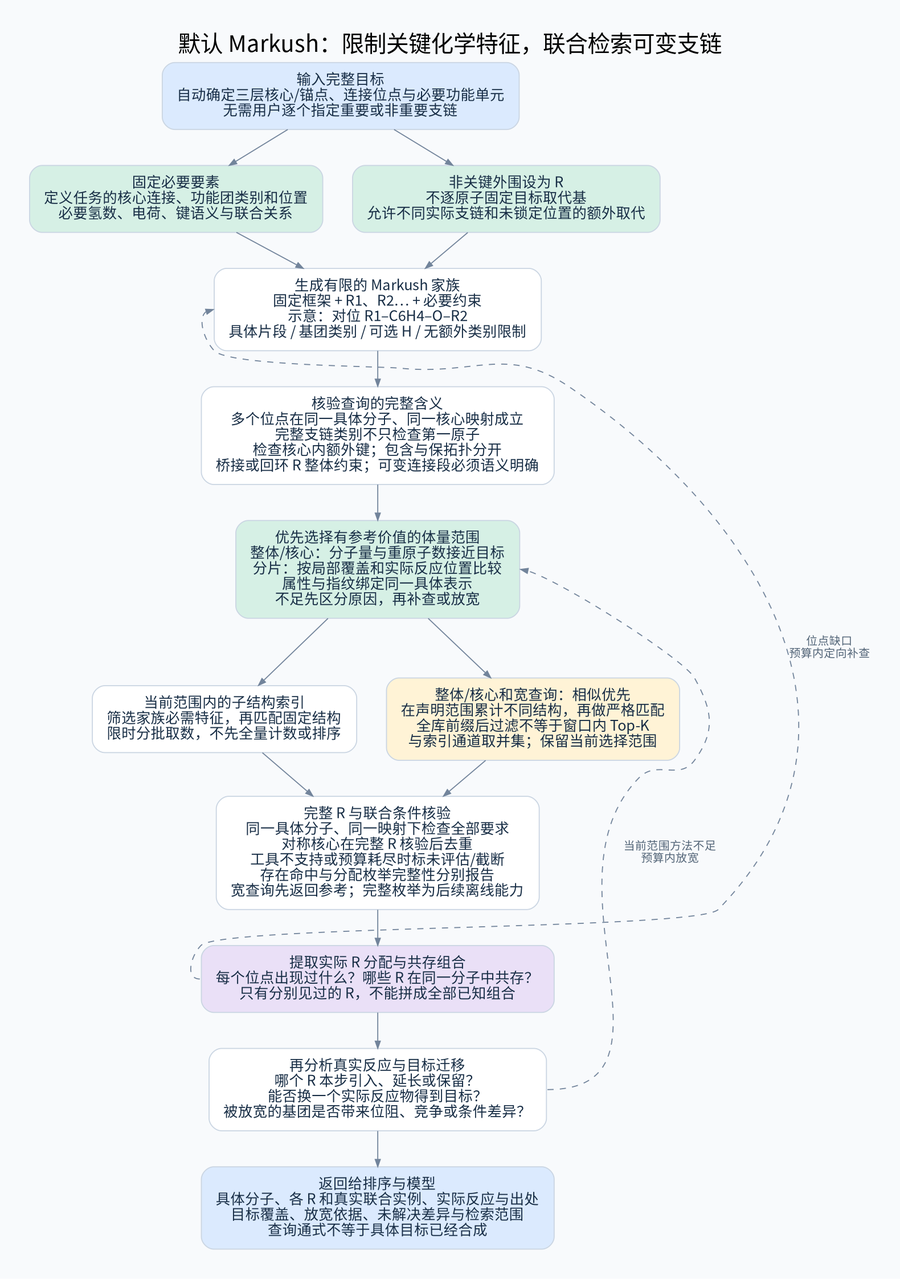
Above: diagrams/markush-query.png in 825728139/substructure_search (Graphviz), before the change. Its source is kept beside it as diagrams/markush-query.dot.
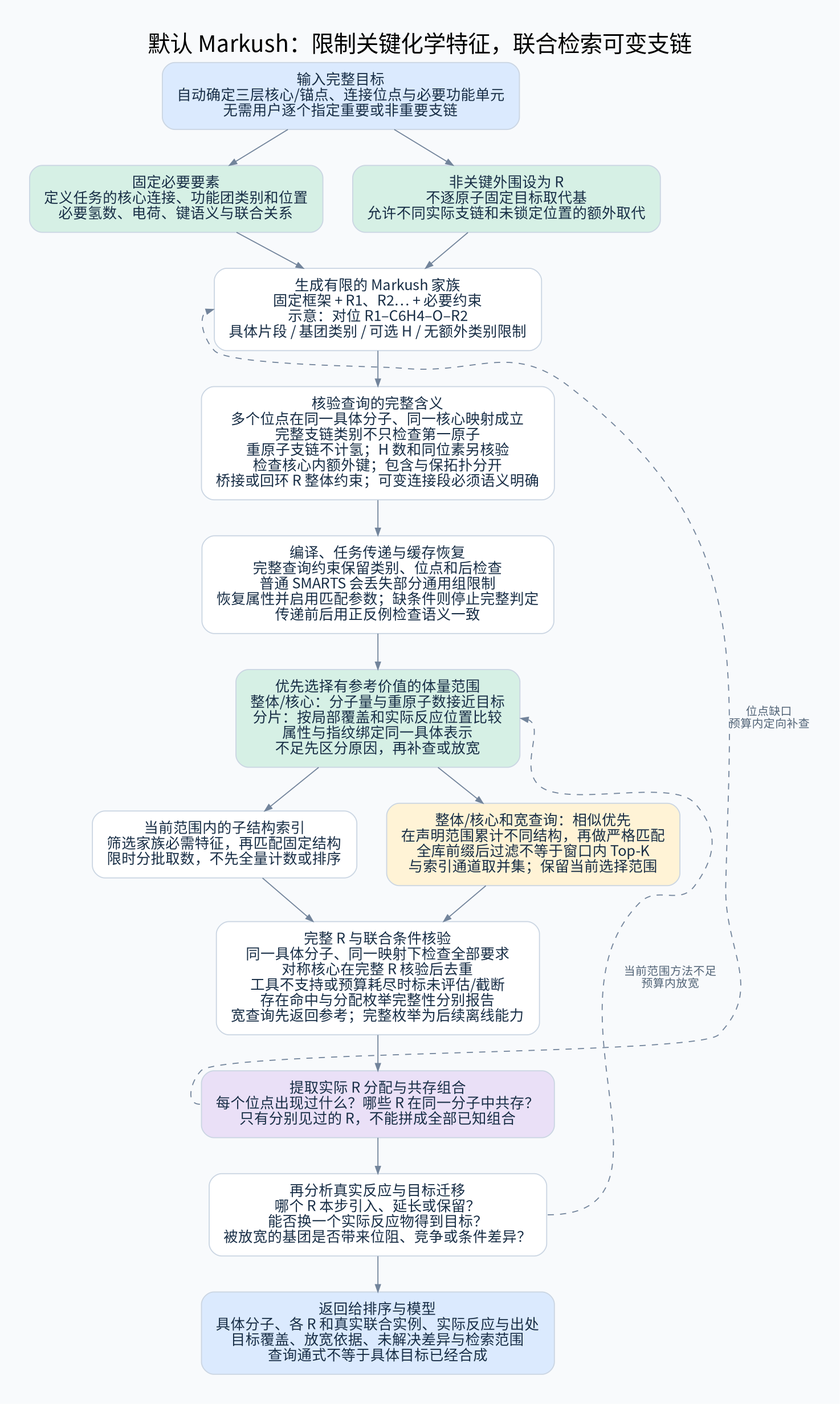
The same diagram one commit later.

The edit, as a diff of the source:
```diff
@@ -21,8 +21,14 @@
 relations [label="核验查询的完整含义
 多个位点在同一具体分子、同一核心映射成立
 完整支链类别不只检查第一原子
+重原子支链不计氢；H 数和同位素另核验
 检查核心内额外键；包含与保拓扑分开
 桥接或回环 R 整体约束；可变连接段必须语义明确"];
+transport [label="编译、任务传递与缓存恢复
+完整查询约束保留类别、位点和后检查
+普通 SMARTS 会丢失部分通用组限制
+恢复属性并启用匹配参数；缺条件则停止完整判定
+传递前后用正反例检查语义一致"];
 scope [label="优先选择有参考价值的体量范围
 整体/核心：分子量与重原子数接近目标
 分片：按局部覆盖和实际反应位置比较
@@ -54,7 +60,7 @@
 查询通式不等于具体目标已经合成", fillcolor="#DBEAFE"];
 a -> fixed; a -> variable;
 fixed -> family; variable -> family;
-family -> relations -> scope;
+family -> relations -> transport -> scope;
 scope -> index -> search;
 scope -> similar;
 similar -> search;
```
